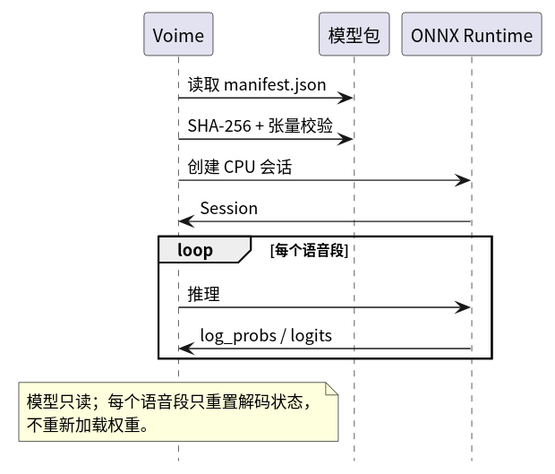
The PlantUML diagram diagram/provider-inference.svg in 54m43lJ/voime, before a commit.
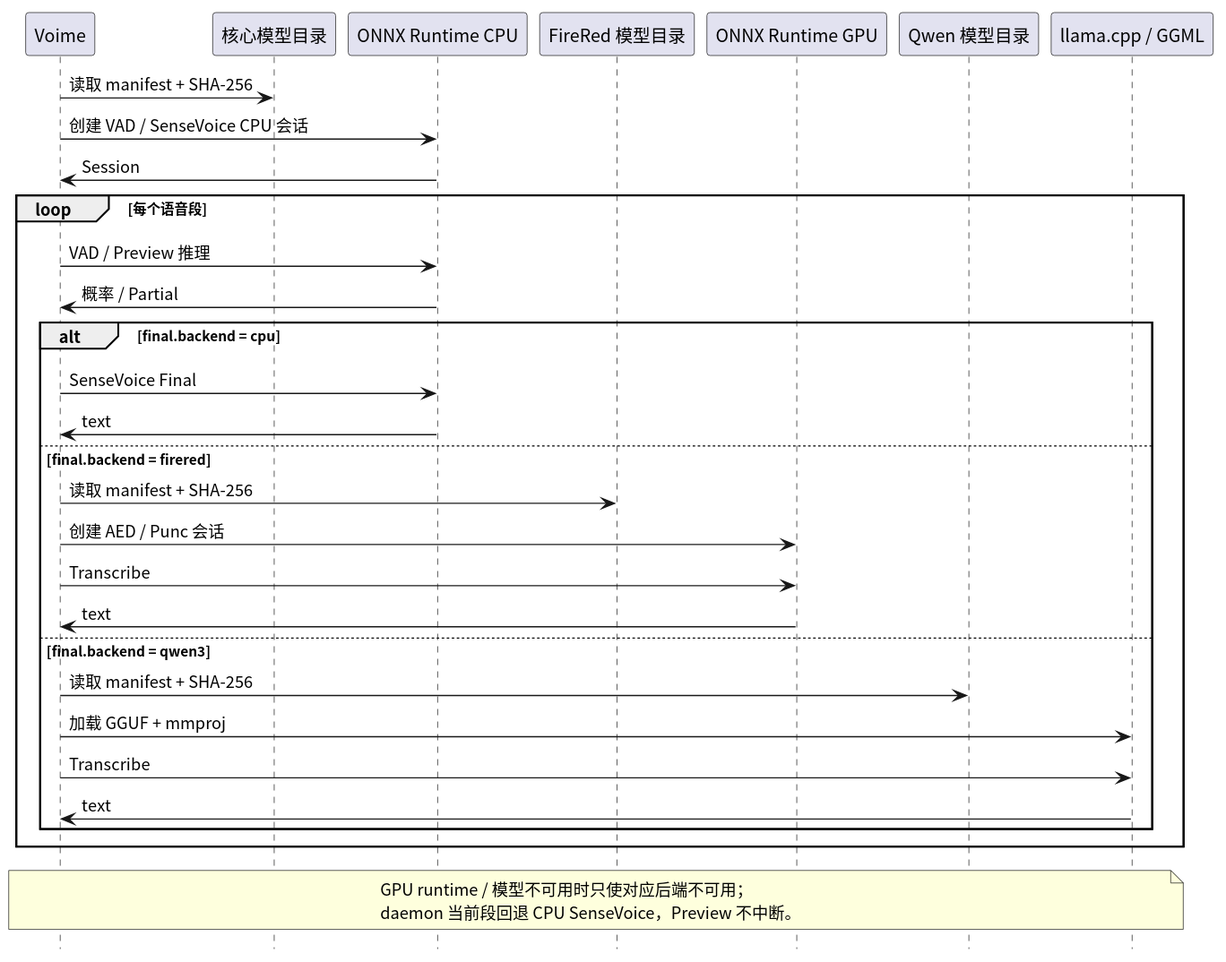
After the commit.

Diff of the diagram source:
```diff
@@ -4,21 +4,38 @@
 hide footbox
 
 participant "Voime" as Voime
-participant "模型包" as Model
-participant "ONNX Runtime" as Ort
+participant "核心模型目录" as CoreModels
+participant "ONNX Runtime CPU" as OrtCpu
+participant "FireRed 模型目录" as FireredModels
+participant "ONNX Runtime GPU" as OrtGpu
+participant "Qwen 模型目录" as QwenModels
+participant "llama.cpp / GGML" as Llama
 
-Voime -> Model : 读取 manifest.json
-Voime -> Model : SHA-256 + 张量校验
-Voime -> Ort : 创建 CPU 会话
-Ort -> Voime : Session
+Voime -> CoreModels : 读取 manifest + SHA-256
+Voime -> OrtCpu : 创建 VAD / SenseVoice CPU 会话
+OrtCpu -> Voime : Session
 
 loop 每个语音段
-  Voime -> Ort : 推理
-  Ort -> Voime : log_probs / logits
+  Voime -> OrtCpu : VAD / Preview 推理
+  OrtCpu -> Voime : 概率 / Partial
+  alt final.backend = cpu
+    Voime -> OrtCpu : SenseVoice Final
+    OrtCpu -> Voime : text
+  else final.backend = firered
+    Voime -> FireredModels : 读取 manifest + SHA-256
+    Voime -> OrtGpu : 创建 AED / Punc 会话
+    Voime -> OrtGpu : Transcribe
+    OrtGpu -> Voime : text
+  else final.backend = qwen3
+    Voime -> QwenModels : 读取 manifest + SHA-256
+    Voime -> Llama : 加载 GGUF + mmproj
+    Voime -> Llama : Transcribe
+    Llama -> Voime : text
+  end
 end
 
-note over Voime
-  模型只读；每个语音段只重置解码状态，
-  不重新加载权重。
+note over Voime, Llama
+  GPU runtime / 模型不可用时只使对应后端不可用；
+  daemon 当前段回退 CPU SenseVoice，Preview 不中断。
 end note
 @enduml
```
